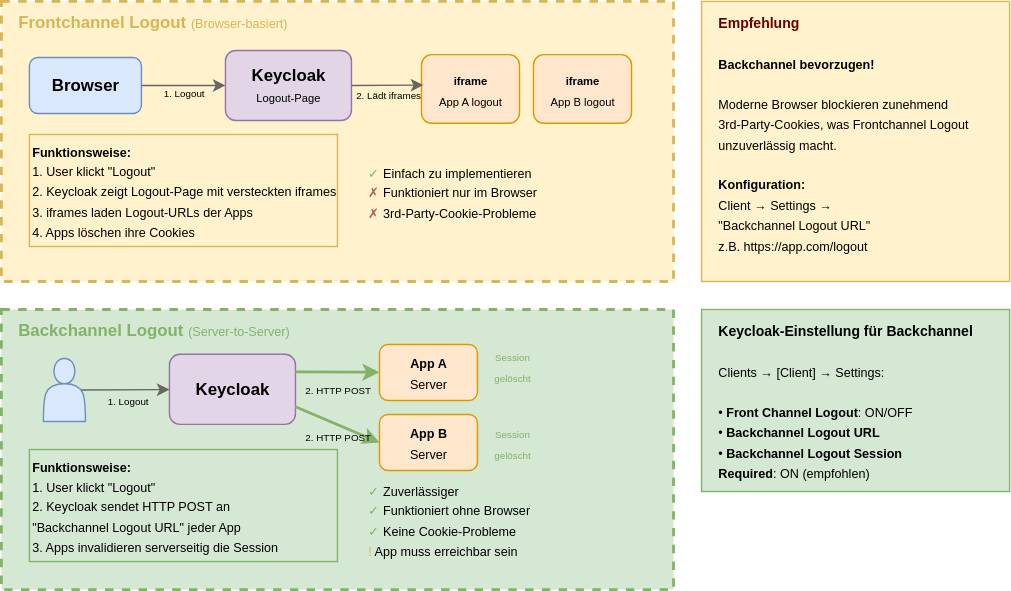
Earlier version of the draw.io export slides/06-sso-sessions-tokens/images/logout_mechanisms.drawio.svg (it-erben/training-keycloak). Source tidied: cells renumbered, new cells last; positions are measured from the earlier drawing's top-left corner, leaving out a move shared by most shapes. The source it was exported from:
```xml
<mxGraphModel>
  <root>
    <mxCell id="0" />
    <mxCell id="1" parent="0" />
    <mxCell id="2" style="rounded=0;whiteSpace=wrap;html=1;fillColor=#fff2cc;strokeColor=#d6b656;strokeWidth=2;dashed=1;" parent="1" vertex="1">
      <mxGeometry width="480" height="200" as="geometry" />
    </mxCell>
    <mxCell id="3" value="&lt;b&gt;Frontchannel Logout&lt;/b&gt; &lt;font style=&quot;font-size:9px&quot;&gt;(Browser-basiert)&lt;/font&gt;" style="text;html=1;strokeColor=none;fillColor=none;align=left;verticalAlign=middle;whiteSpace=wrap;rounded=0;fontColor=#d6b656;fontSize=12;" parent="1" vertex="1">
      <mxGeometry x="10" y="5" width="220" height="20" as="geometry" />
    </mxCell>
    <mxCell id="4" value="&lt;b&gt;Browser&lt;/b&gt;" style="rounded=1;whiteSpace=wrap;html=1;fillColor=#dae8fc;strokeColor=#6c8ebf;" parent="1" vertex="1">
      <mxGeometry x="20" y="40" width="80" height="40" as="geometry" />
    </mxCell>
    <mxCell id="5" value="&lt;b&gt;Keycloak&lt;/b&gt;&lt;br&gt;&lt;font style=&quot;font-size:8px&quot;&gt;Logout-Page&lt;/font&gt;" style="rounded=1;whiteSpace=wrap;html=1;fillColor=#e1d5e7;strokeColor=#9673a6;" parent="1" vertex="1">
      <mxGeometry x="160" y="35" width="90" height="50" as="geometry" />
    </mxCell>
    <mxCell id="6" value="&lt;font style=&quot;font-size:8px&quot;&gt;&lt;b&gt;iframe&lt;/b&gt;&lt;br&gt;App A logout&lt;/font&gt;" style="rounded=1;whiteSpace=wrap;html=1;fillColor=#ffe6cc;strokeColor=#d79b00;" parent="1" vertex="1">
      <mxGeometry x="300" y="38" width="70" height="49" as="geometry" />
    </mxCell>
    <mxCell id="7" value="&lt;font style=&quot;font-size:8px&quot;&gt;&lt;b&gt;iframe&lt;/b&gt;&lt;br&gt;App B logout&lt;/font&gt;" style="rounded=1;whiteSpace=wrap;html=1;fillColor=#ffe6cc;strokeColor=#d79b00;" parent="1" vertex="1">
      <mxGeometry x="380" y="38" width="70" height="49" as="geometry" />
    </mxCell>
    <mxCell id="8" value="&lt;font style=&quot;font-size:7px&quot;&gt;1. Logout&lt;/font&gt;" style="endArrow=classic;html=1;strokeWidth=1;strokeColor=#666666;labelBackgroundColor=none;" parent="1" edge="1" source="4" target="5">
      <mxGeometry y="-4" relative="1" as="geometry">
        <Array as="points">
          <mxPoint x="130" y="60" />
        </Array>
      </mxGeometry>
    </mxCell>
    <mxCell id="9" value="&lt;font style=&quot;font-size:7px&quot;&gt;2. Lädt iframes&lt;/font&gt;" style="endArrow=classic;html=1;strokeWidth=1;strokeColor=#666666;labelBackgroundColor=none;exitX=1;exitY=0.5;exitDx=0;exitDy=0;entryX=0.019;entryY=0.444;entryDx=0;entryDy=0;entryPerimeter=0;" parent="1" edge="1" source="5" target="6">
      <mxGeometry y="-6" relative="1" as="geometry" />
    </mxCell>
    <mxCell id="10" value="&lt;font style=&quot;font-size:9px&quot;&gt;&lt;b&gt;Funktionsweise:&lt;/b&gt;&lt;br&gt;1. User klickt &quot;Logout&quot;&lt;br&gt;2. Keycloak zeigt Logout-Page mit versteckten iframes&lt;br&gt;3. iframes laden Logout-URLs der Apps&lt;br&gt;4. Apps löschen ihre Cookies&lt;/font&gt;" style="rounded=0;whiteSpace=wrap;html=1;fillColor=#fff2cc;strokeColor=#d6b656;align=left;" parent="1" vertex="1">
      <mxGeometry x="20" y="95" width="220" height="80" as="geometry" />
    </mxCell>
    <mxCell id="11" value="&lt;font style=&quot;font-size:9px&quot;&gt;&lt;font color=&quot;#82b366&quot;&gt;✓&lt;/font&gt; Einfach zu implementieren&lt;br&gt;&lt;font color=&quot;#b85450&quot;&gt;✗&lt;/font&gt; Funktioniert nur im Browser&lt;br&gt;&lt;font color=&quot;#b85450&quot;&gt;✗&lt;/font&gt; 3rd-Party-Cookie-Probleme&lt;/font&gt;" style="text;html=1;strokeColor=none;fillColor=none;align=left;verticalAlign=top;whiteSpace=wrap;rounded=0;" parent="1" vertex="1">
      <mxGeometry x="260" y="107.5" width="200" height="55" as="geometry" />
    </mxCell>
    <mxCell id="12" style="rounded=0;whiteSpace=wrap;html=1;fillColor=#d5e8d4;strokeColor=#82b366;strokeWidth=2;dashed=1;" parent="1" vertex="1">
      <mxGeometry y="220" width="480" height="200" as="geometry" />
    </mxCell>
    <mxCell id="13" value="&lt;b&gt;Backchannel Logout&lt;/b&gt; &lt;font style=&quot;font-size:9px&quot;&gt;(Server-to-Server)&lt;/font&gt;" style="text;html=1;strokeColor=none;fillColor=none;align=left;verticalAlign=middle;whiteSpace=wrap;rounded=0;fontColor=#82b366;fontSize=12;" parent="1" vertex="1">
      <mxGeometry x="10" y="225" width="220" height="20" as="geometry" />
    </mxCell>
    <mxCell id="14" style="shape=actor;whiteSpace=wrap;html=1;fillColor=#dae8fc;strokeColor=#6c8ebf;" parent="1" vertex="1">
      <mxGeometry x="30" y="255" width="30" height="45" as="geometry" />
    </mxCell>
    <mxCell id="15" value="&lt;b&gt;Keycloak&lt;/b&gt;" style="rounded=1;whiteSpace=wrap;html=1;fillColor=#e1d5e7;strokeColor=#9673a6;" parent="1" vertex="1">
      <mxGeometry x="120" y="252" width="90" height="50" as="geometry" />
    </mxCell>
    <mxCell id="16" value="&lt;font style=&quot;font-size:9px&quot;&gt;&lt;b&gt;App A&lt;/b&gt;&lt;br&gt;Server&lt;/font&gt;" style="rounded=1;whiteSpace=wrap;html=1;fillColor=#ffe6cc;strokeColor=#d79b00;" parent="1" vertex="1">
      <mxGeometry x="270" y="245" width="70" height="40" as="geometry" />
    </mxCell>
    <mxCell id="17" value="&lt;font style=&quot;font-size:9px&quot;&gt;&lt;b&gt;App B&lt;/b&gt;&lt;br&gt;Server&lt;/font&gt;" style="rounded=1;whiteSpace=wrap;html=1;fillColor=#ffe6cc;strokeColor=#d79b00;" parent="1" vertex="1">
      <mxGeometry x="270" y="295" width="70" height="40" as="geometry" />
    </mxCell>
    <mxCell id="18" value="&lt;font style=&quot;font-size:7px&quot;&gt;1. Logout&lt;/font&gt;" style="endArrow=classic;html=1;strokeWidth=1;strokeColor=#666666;labelBackgroundColor=none;exitX=0.9;exitY=0.5;exitDx=0;exitDy=0;exitPerimeter=0;" parent="1" edge="1" source="14" target="15">
      <mxGeometry x="0.05" y="-7" relative="1" as="geometry" />
    </mxCell>
    <mxCell id="19" value="&lt;font style=&quot;font-size:7px&quot;&gt;2. HTTP POST&lt;/font&gt;" style="endArrow=classic;html=1;strokeWidth=2;strokeColor=#82b366;labelBackgroundColor=none;exitX=1;exitY=0.25;exitDx=0;exitDy=0;" parent="1" edge="1" source="15" target="16">
      <mxGeometry y="-11" relative="1" as="geometry" />
    </mxCell>
    <mxCell id="20" value="&lt;font style=&quot;font-size:7px&quot;&gt;2. HTTP POST&lt;/font&gt;" style="endArrow=classic;html=1;strokeWidth=2;strokeColor=#82b366;labelBackgroundColor=none;exitX=1;exitY=0.75;exitDx=0;exitDy=0;" parent="1" edge="1" source="15">
      <mxGeometry x="0.09" y="-7" relative="1" as="geometry">
        <mxPoint x="270" y="315" as="targetPoint" />
      </mxGeometry>
    </mxCell>
    <mxCell id="21" value="&lt;font style=&quot;font-size: 7px; line-height: 100%;&quot;&gt;Session&lt;br&gt;gelöscht&lt;/font&gt;" style="text;html=1;strokeColor=none;fillColor=none;align=center;verticalAlign=middle;whiteSpace=wrap;rounded=0;fontColor=#82b366;" parent="1" vertex="1">
      <mxGeometry x="340" y="250" width="50" height="20" as="geometry" />
    </mxCell>
    <mxCell id="22" value="&lt;font style=&quot;font-size:9px&quot;&gt;&lt;b&gt;Funktionsweise:&lt;/b&gt;&lt;br&gt;1. User klickt &quot;Logout&quot;&lt;br&gt;2. Keycloak sendet HTTP POST an&lt;br&gt;   &quot;Backchannel Logout URL&quot; jeder App&lt;br&gt;3. Apps invalidieren serverseitig die Session&lt;/font&gt;" style="rounded=0;whiteSpace=wrap;html=1;fillColor=#d5e8d4;strokeColor=#82b366;align=left;" parent="1" vertex="1">
      <mxGeometry x="20" y="320" width="220" height="80" as="geometry" />
    </mxCell>
    <mxCell id="23" value="&lt;font style=&quot;font-size:9px&quot;&gt;&lt;font color=&quot;#82b366&quot;&gt;✓&lt;/font&gt; Zuverlässiger&lt;br&gt;&lt;font color=&quot;#82b366&quot;&gt;✓&lt;/font&gt; Funktioniert ohne Browser&lt;br&gt;&lt;font color=&quot;#82b366&quot;&gt;✓&lt;/font&gt; Keine Cookie-Probleme&lt;br&gt;&lt;font color=&quot;#d6b656&quot;&gt;!&lt;/font&gt; App muss erreichbar sein&lt;/font&gt;" style="text;html=1;strokeColor=none;fillColor=none;align=left;verticalAlign=top;whiteSpace=wrap;rounded=0;" parent="1" vertex="1">
      <mxGeometry x="260" y="335" width="180" height="65" as="geometry" />
    </mxCell>
    <mxCell id="24" style="rounded=0;whiteSpace=wrap;html=1;fillColor=#fff2cc;strokeColor=#d6b656;strokeWidth=1;" parent="1" vertex="1">
      <mxGeometry x="500" width="220" height="200" as="geometry" />
    </mxCell>
    <mxCell id="25" value="&lt;b style=&quot;font-size:10px&quot;&gt;&lt;font style=&quot;color: rgb(102, 0, 0);&quot;&gt;Empfehlung&lt;/font&gt;&lt;/b&gt;" style="text;html=1;strokeColor=none;fillColor=none;align=left;verticalAlign=middle;whiteSpace=wrap;rounded=0;fontColor=#9673a6;" parent="1" vertex="1">
      <mxGeometry x="510" y="5" width="100" height="20" as="geometry" />
    </mxCell>
    <mxCell id="26" value="&lt;font style=&quot;font-size:9px&quot;&gt;&lt;b&gt;Backchannel bevorzugen!&lt;/b&gt;&lt;br&gt;&lt;br&gt;Moderne Browser blockieren zunehmend &lt;br&gt;3rd-Party-Cookies, was Frontchannel Logout&lt;br&gt;unzuverlässig macht.&lt;br&gt;&lt;br&gt;&lt;b&gt;Konfiguration:&lt;/b&gt;&lt;br&gt;Client → Settings →&lt;br&gt;&quot;Backchannel Logout URL&quot;&lt;br&gt;z.B. https://app.com/logout&lt;/font&gt;" style="text;html=1;strokeColor=none;fillColor=none;align=left;verticalAlign=top;whiteSpace=wrap;rounded=0;" parent="1" vertex="1">
      <mxGeometry x="510" y="30" width="190" height="160" as="geometry" />
    </mxCell>
    <mxCell id="27" style="rounded=0;whiteSpace=wrap;html=1;fillColor=#d5e8d4;strokeColor=#82b366;strokeWidth=1;" parent="1" vertex="1">
      <mxGeometry x="500" y="220" width="220" height="130" as="geometry" />
    </mxCell>
    <mxCell id="28" value="&lt;b style=&quot;font-size:10px&quot;&gt;Keycloak-Einstellung für Backchannel&lt;/b&gt;" style="text;html=1;strokeColor=none;fillColor=none;align=left;verticalAlign=middle;whiteSpace=wrap;rounded=0;" parent="1" vertex="1">
      <mxGeometry x="510" y="225" width="190" height="20" as="geometry" />
    </mxCell>
    <mxCell id="29" value="&lt;font style=&quot;font-size:9px&quot;&gt;Clients → [Client] → Settings:&lt;br&gt;&lt;br&gt;• &lt;b&gt;Front Channel Logout&lt;/b&gt;: ON/OFF&lt;br&gt;• &lt;b&gt;Backchannel Logout URL&lt;/b&gt;&lt;br&gt;• &lt;b&gt;Backchannel Logout Session&lt;br&gt;  Required&lt;/b&gt;: ON (empfohlen)&lt;/font&gt;" style="text;html=1;strokeColor=none;fillColor=none;align=left;verticalAlign=top;whiteSpace=wrap;rounded=0;" parent="1" vertex="1">
      <mxGeometry x="510" y="250" width="200" height="95" as="geometry" />
    </mxCell>
    <mxCell id="30" value="&lt;font style=&quot;font-size: 7px; line-height: 100%;&quot;&gt;Session&lt;br&gt;gelöscht&lt;/font&gt;" style="text;html=1;strokeColor=none;fillColor=none;align=center;verticalAlign=middle;whiteSpace=wrap;rounded=0;fontColor=#82b366;" parent="1" vertex="1">
      <mxGeometry x="340" y="305" width="50" height="20" as="geometry" />
    </mxCell>
  </root>
</mxGraphModel>
```
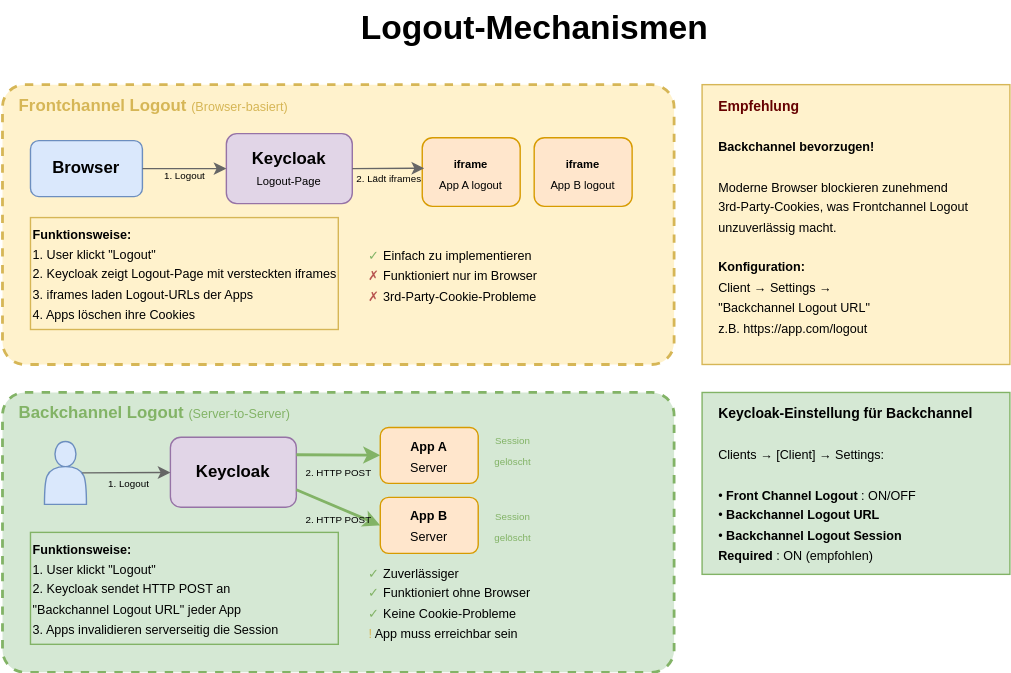
After the change.

What changed in the source:
```diff
@@ -2,7 +2,7 @@
   <root>
     <mxCell id="0" />
     <mxCell id="1" parent="0" />
-    <mxCell id="2" style="rounded=0;whiteSpace=wrap;html=1;fillColor=#fff2cc;strokeColor=#d6b656;strokeWidth=2;dashed=1;" parent="1" vertex="1">
+    <mxCell id="2" style="rounded=1;whiteSpace=wrap;html=1;fillColor=#fff2cc;strokeColor=#d6b656;strokeWidth=2;dashed=1;arcSize=8;" parent="1" vertex="1">
       <mxGeometry width="480" height="200" as="geometry" />
     </mxCell>
     <mxCell id="3" value="&lt;b&gt;Frontchannel Logout&lt;/b&gt; &lt;font style=&quot;font-size:9px&quot;&gt;(Browser-basiert)&lt;/font&gt;" style="text;html=1;strokeColor=none;fillColor=none;align=left;verticalAlign=middle;whiteSpace=wrap;rounded=0;fontColor=#d6b656;fontSize=12;" parent="1" vertex="1">
@@ -36,7 +36,7 @@
     <mxCell id="11" value="&lt;font style=&quot;font-size:9px&quot;&gt;&lt;font color=&quot;#82b366&quot;&gt;✓&lt;/font&gt; Einfach zu implementieren&lt;br&gt;&lt;font color=&quot;#b85450&quot;&gt;✗&lt;/font&gt; Funktioniert nur im Browser&lt;br&gt;&lt;font color=&quot;#b85450&quot;&gt;✗&lt;/font&gt; 3rd-Party-Cookie-Probleme&lt;/font&gt;" style="text;html=1;strokeColor=none;fillColor=none;align=left;verticalAlign=top;whiteSpace=wrap;rounded=0;" parent="1" vertex="1">
       <mxGeometry x="260" y="107.5" width="200" height="55" as="geometry" />
     </mxCell>
-    <mxCell id="12" style="rounded=0;whiteSpace=wrap;html=1;fillColor=#d5e8d4;strokeColor=#82b366;strokeWidth=2;dashed=1;" parent="1" vertex="1">
+    <mxCell id="12" style="rounded=1;whiteSpace=wrap;html=1;fillColor=#d5e8d4;strokeColor=#82b366;strokeWidth=2;dashed=1;arcSize=8;" parent="1" vertex="1">
       <mxGeometry y="220" width="480" height="200" as="geometry" />
     </mxCell>
     <mxCell id="13" value="&lt;b&gt;Backchannel Logout&lt;/b&gt; &lt;font style=&quot;font-size:9px&quot;&gt;(Server-to-Server)&lt;/font&gt;" style="text;html=1;strokeColor=none;fillColor=none;align=left;verticalAlign=middle;whiteSpace=wrap;rounded=0;fontColor=#82b366;fontSize=12;" parent="1" vertex="1">
@@ -95,5 +95,8 @@
     <mxCell id="30" value="&lt;font style=&quot;font-size: 7px; line-height: 100%;&quot;&gt;Session&lt;br&gt;gelöscht&lt;/font&gt;" style="text;html=1;strokeColor=none;fillColor=none;align=center;verticalAlign=middle;whiteSpace=wrap;rounded=0;fontColor=#82b366;" parent="1" vertex="1">
       <mxGeometry x="340" y="305" width="50" height="20" as="geometry" />
     </mxCell>
+    <mxCell id="31" value="Logout-Mechanismen" style="text;strokeColor=none;fillColor=none;html=1;fontSize=24;fontStyle=1;verticalAlign=middle;align=center;" parent="1" vertex="1">
+      <mxGeometry x="330" y="-60" width="100" height="40" as="geometry" />
+    </mxCell>
   </root>
 </mxGraphModel>
```
